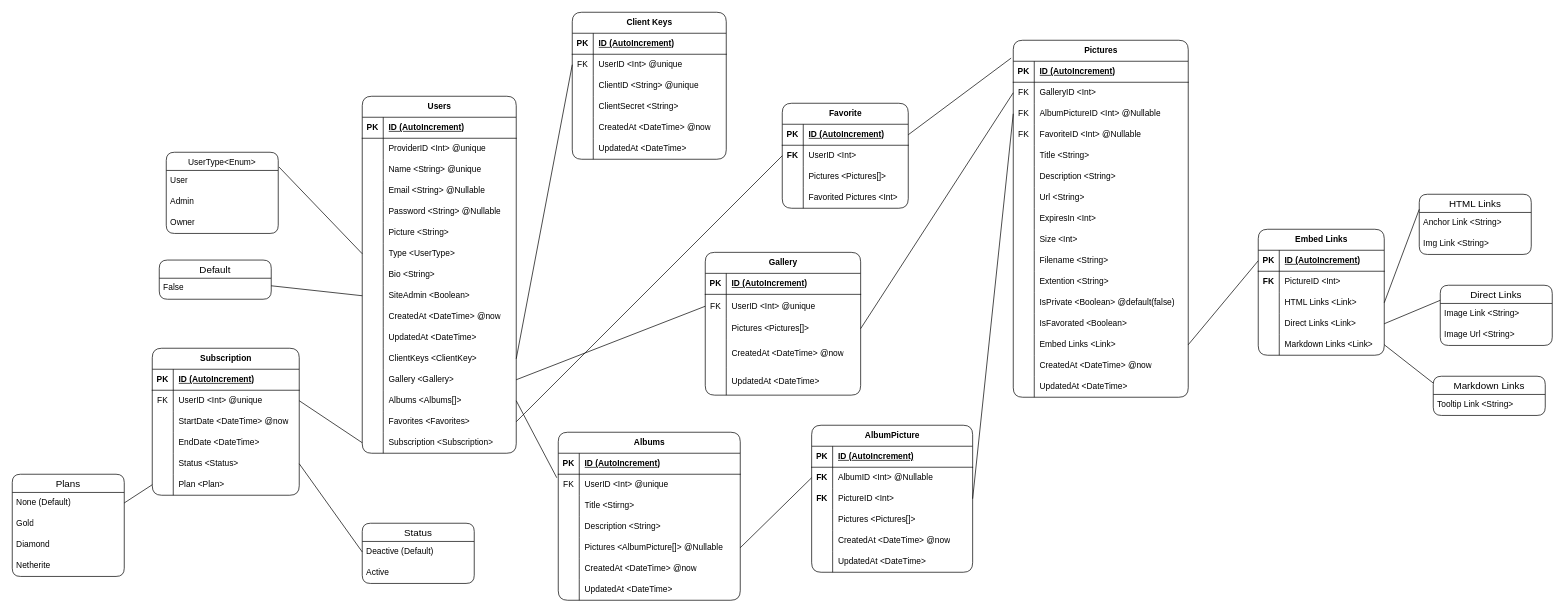
This is project/models/Pixelarium.drawio from Novanaa/Pixelarium, a draw.io file, before an edit. Source tidied: cells renumbered, new cells numbered last; positions are measured from the earlier drawing's top-left corner, leaving out a move shared by most shapes. Both pictures are drawn from the tidied source at 70%, with x=0, y=0 at pixel (12, 12).
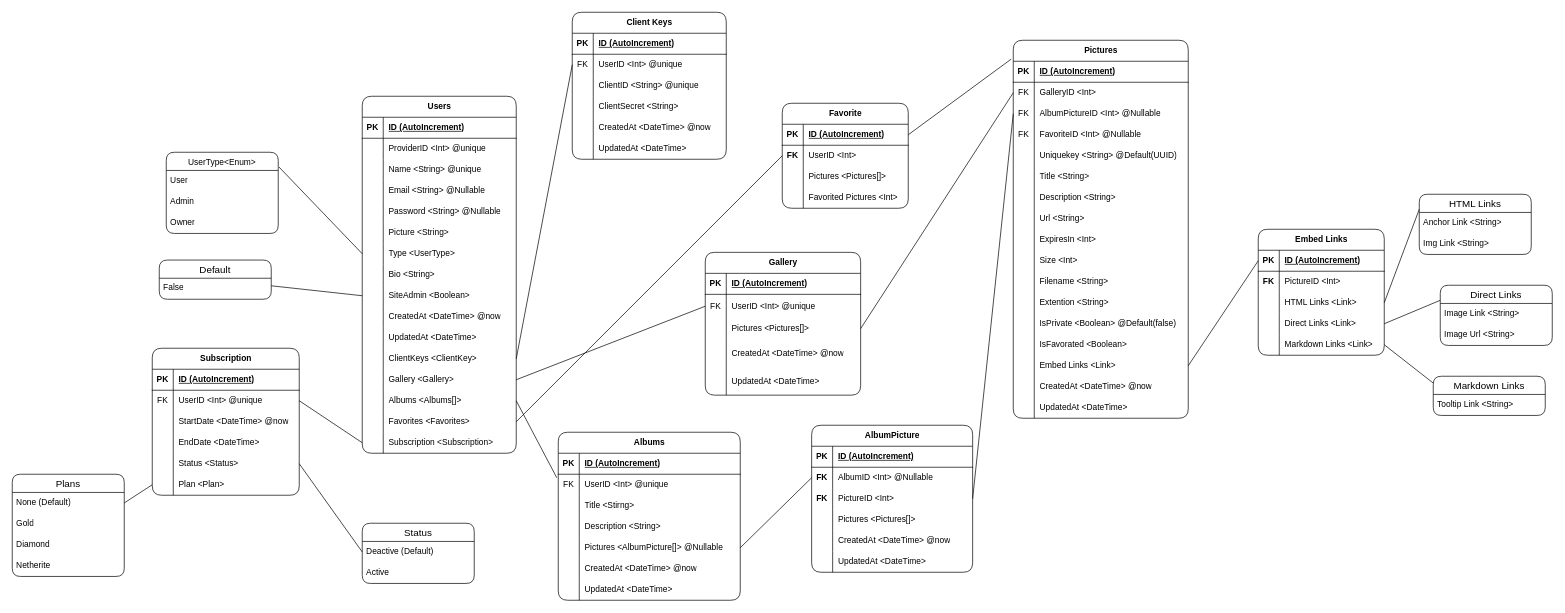
Above is the later version.

Commit message (it also covers changes not shown here):
Added uniquekey field as default UUID to picture model

What changed in the source:
```diff
@@
     <mxCell id="96" value="Pictures" style="shape=table;startSize=30;childLayout=tableLayout;rowLines=0;fontStyle=1;align=center;html=1;rounded=1;" parent="1" vertex="1">
-      <mxGeometry x="1430" y="40" width="250" height="510" as="geometry" />
+      <mxGeometry x="1430" y="40" width="250" height="540" as="geometry" />
     </mxCell>
@@
+    <mxCell id="263" style="shape=tableRow;horizontal=0;startSize=0;swimlaneHead=0;swimlaneBody=0;fillColor=none;top=0;left=0;right=0;bottom=0;" parent="96" vertex="1">
+      <mxGeometry y="150" width="250" height="30" as="geometry" />
+    </mxCell>
+    <mxCell id="264" style="shape=partialRectangle;fillColor=none;top=0;left=0;bottom=0;right=0;overflow=hidden;whiteSpace=wrap;html=1;" parent="263" vertex="1">
+      <mxGeometry width="30" height="30" as="geometry" />
+    </mxCell>
+    <mxCell id="265" value="Uniquekey &amp;lt;String&amp;gt; @Default(UUID)" style="shape=partialRectangle;fillColor=none;top=0;left=0;bottom=0;right=0;align=left;spacingLeft=6;overflow=hidden;whiteSpace=wrap;html=1;" parent="263" vertex="1">
+      <mxGeometry x="30" width="220" height="30" as="geometry" />
+    </mxCell>
     <mxCell id="109" style="shape=tableRow;horizontal=0;startSize=0;swimlaneHead=0;swimlaneBody=0;fillColor=none;top=0;left=0;right=0;bottom=0;" parent="96" vertex="1">
-      <mxGeometry y="150" width="250" height="30" as="geometry" />
+      <mxGeometry y="180" width="250" height="30" as="geometry" />
     </mxCell>
@@
     <mxCell id="112" style="shape=tableRow;horizontal=0;startSize=0;swimlaneHead=0;swimlaneBody=0;fillColor=none;top=0;left=0;right=0;bottom=0;" parent="96" vertex="1">
-      <mxGeometry y="180" width="250" height="30" as="geometry" />
+      <mxGeometry y="210" width="250" height="30" as="geometry" />
     </mxCell>
@@
     <mxCell id="115" style="shape=tableRow;horizontal=0;startSize=0;swimlaneHead=0;swimlaneBody=0;fillColor=none;top=0;left=0;right=0;bottom=0;" parent="96" vertex="1">
-      <mxGeometry y="210" width="250" height="30" as="geometry" />
+      <mxGeometry y="240" width="250" height="30" as="geometry" />
     </mxCell>
@@
     <mxCell id="118" style="shape=tableRow;horizontal=0;startSize=0;swimlaneHead=0;swimlaneBody=0;fillColor=none;top=0;left=0;right=0;bottom=0;" parent="96" vertex="1">
-      <mxGeometry y="240" width="250" height="30" as="geometry" />
+      <mxGeometry y="270" width="250" height="30" as="geometry" />
     </mxCell>
@@
     <mxCell id="121" style="shape=tableRow;horizontal=0;startSize=0;swimlaneHead=0;swimlaneBody=0;fillColor=none;top=0;left=0;right=0;bottom=0;" parent="96" vertex="1">
-      <mxGeometry y="270" width="250" height="30" as="geometry" />
+      <mxGeometry y="300" width="250" height="30" as="geometry" />
     </mxCell>
@@
     <mxCell id="124" style="shape=tableRow;horizontal=0;startSize=0;swimlaneHead=0;swimlaneBody=0;fillColor=none;top=0;left=0;right=0;bottom=0;" parent="96" vertex="1">
-      <mxGeometry y="300" width="250" height="30" as="geometry" />
+      <mxGeometry y="330" width="250" height="30" as="geometry" />
     </mxCell>
@@
     <mxCell id="127" style="shape=tableRow;horizontal=0;startSize=0;swimlaneHead=0;swimlaneBody=0;fillColor=none;top=0;left=0;right=0;bottom=0;" parent="96" vertex="1">
-      <mxGeometry y="330" width="250" height="30" as="geometry" />
+      <mxGeometry y="360" width="250" height="30" as="geometry" />
     </mxCell>
@@
     <mxCell id="130" style="shape=tableRow;horizontal=0;startSize=0;swimlaneHead=0;swimlaneBody=0;fillColor=none;top=0;left=0;right=0;bottom=0;" parent="96" vertex="1">
-      <mxGeometry y="360" width="250" height="30" as="geometry" />
+      <mxGeometry y="390" width="250" height="30" as="geometry" />
     </mxCell>
@@
-    <mxCell id="132" value="IsPrivate &amp;lt;Boolean&amp;gt; @default(false)" style="shape=partialRectangle;fillColor=none;top=0;left=0;bottom=0;right=0;align=left;spacingLeft=6;overflow=hidden;whiteSpace=wrap;html=1;" parent="130" vertex="1">
+    <mxCell id="132" value="IsPrivate &amp;lt;Boolean&amp;gt; @Default(false)" style="shape=partialRectangle;fillColor=none;top=0;left=0;bottom=0;right=0;align=left;spacingLeft=6;overflow=hidden;whiteSpace=wrap;html=1;" parent="130" vertex="1">
       <mxGeometry x="30" width="220" height="30" as="geometry" />
     </mxCell>
     <mxCell id="133" style="shape=tableRow;horizontal=0;startSize=0;swimlaneHead=0;swimlaneBody=0;fillColor=none;top=0;left=0;right=0;bottom=0;" parent="96" vertex="1">
-      <mxGeometry y="390" width="250" height="30" as="geometry" />
+      <mxGeometry y="420" width="250" height="30" as="geometry" />
     </mxCell>
@@
     <mxCell id="136" style="shape=tableRow;horizontal=0;startSize=0;swimlaneHead=0;swimlaneBody=0;fillColor=none;points=[[0,0.5],[1,0.5]];portConstraint=eastwest;top=0;left=0;right=0;bottom=0;" parent="96" vertex="1">
-      <mxGeometry y="420" width="250" height="30" as="geometry" />
+      <mxGeometry y="450" width="250" height="30" as="geometry" />
     </mxCell>
@@
     <mxCell id="139" style="shape=tableRow;horizontal=0;startSize=0;swimlaneHead=0;swimlaneBody=0;fillColor=none;top=0;left=0;right=0;bottom=0;" parent="96" vertex="1">
-      <mxGeometry y="450" width="250" height="30" as="geometry" />
+      <mxGeometry y="480" width="250" height="30" as="geometry" />
     </mxCell>
@@
     <mxCell id="142" style="shape=tableRow;horizontal=0;startSize=0;swimlaneHead=0;swimlaneBody=0;fillColor=none;top=0;left=0;right=0;bottom=0;" parent="96" vertex="1">
-      <mxGeometry y="480" width="250" height="30" as="geometry" />
+      <mxGeometry y="510" width="250" height="30" as="geometry" />
     </mxCell>
```
